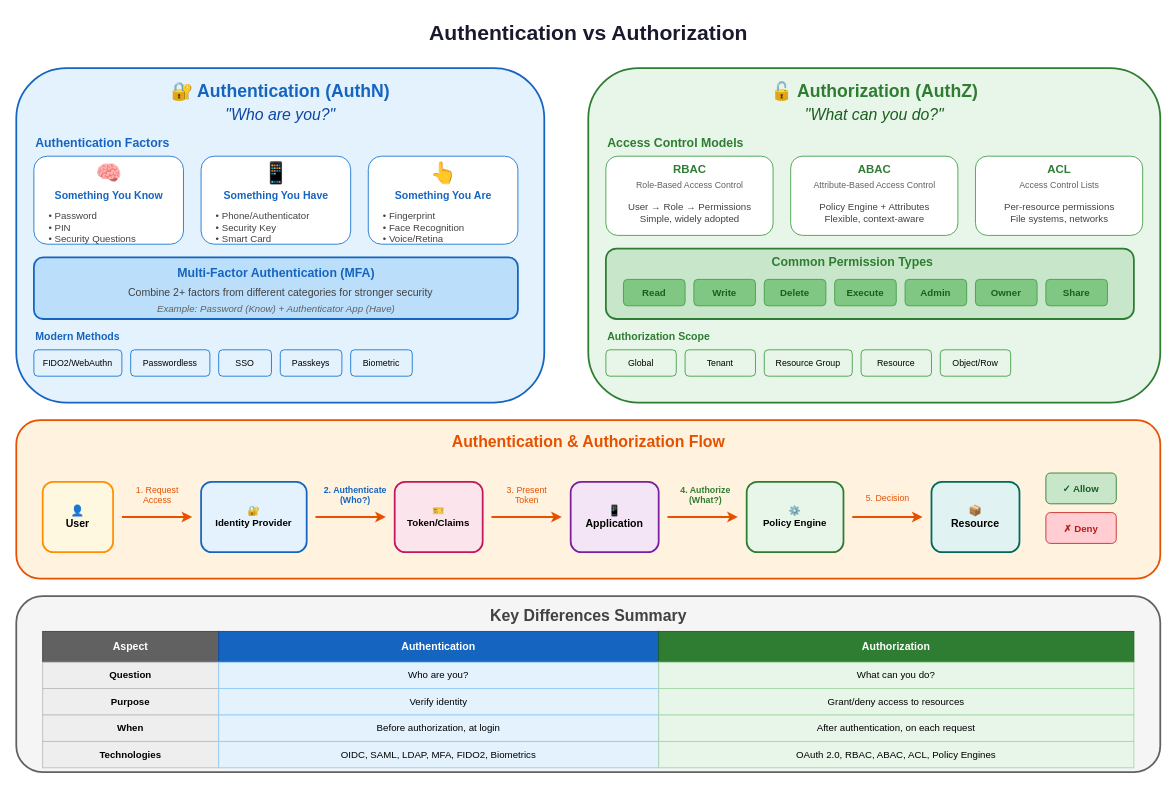
Earlier version of the draw.io diagram lesson-04-identity-access-management/diagrams/1.1-authn-vs-authz.drawio (MrParkerZ7/document-lesson-software-architect-x-claude). Source tidied: cells renumbered, new cells numbered last; positions are measured from the earlier drawing's top-left corner, leaving out a move shared by most shapes. Both pictures are drawn from the tidied source at 88%, with x=0, y=0 at pixel (16, 15).
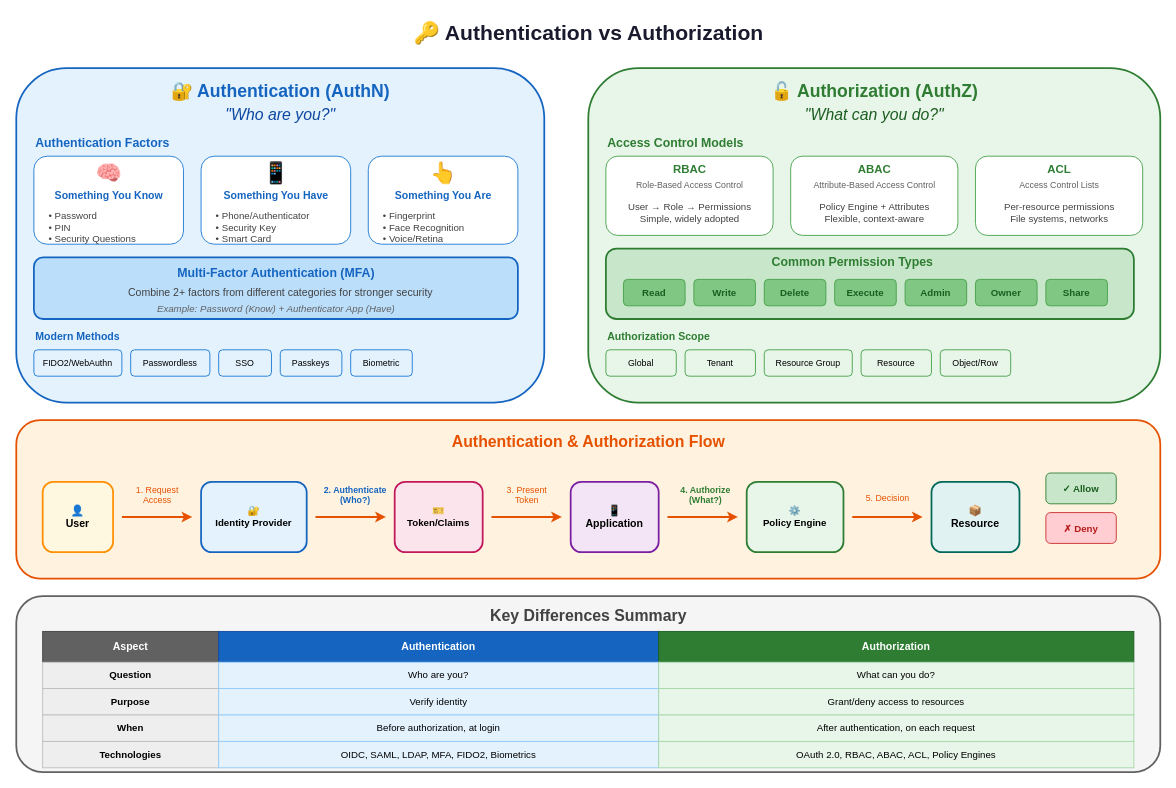
After the change.

Diff of the diagram source:
```diff
@@
-    <mxCell id="2" value="Authentication vs Authorization" style="text;html=1;strokeColor=none;fillColor=none;align=center;verticalAlign=middle;fontSize=24;fontStyle=1;fontColor=#1a1a2e;" parent="1" vertex="1">
+    <mxCell id="2" value="🔑 Authentication vs Authorization" style="text;html=1;strokeColor=none;fillColor=none;align=center;verticalAlign=middle;fontSize=24;fontStyle=1;fontColor=#1a1a2e;" parent="1" vertex="1">
       <mxGeometry x="350" width="600" height="40" as="geometry" />
     </mxCell>
```
